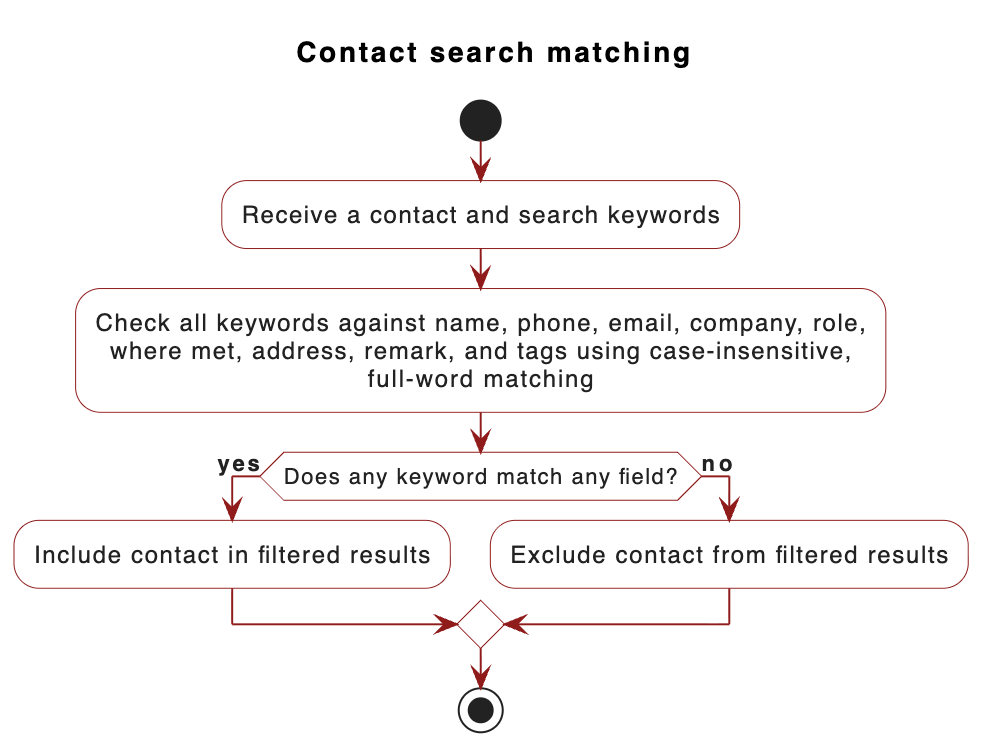
Earlier version of the PlantUML export docs/images/ContactSearchActivityDiagram.png (AY2627S1-CS2103T-T12-3/tp). Its source is kept beside it as docs/diagrams/ContactSearchActivityDiagram.puml.
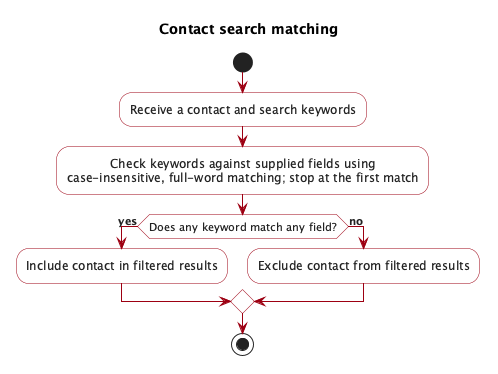
After the commit.

What changed in the source:
```diff
@@ -15,7 +15,7 @@
 
 start
 :Receive a contact and search keywords;
-:Check all keywords against name, phone, email, company, role,\nwhere met, address, remark, and tags using case-insensitive,\nfull-word matching;
+:Check keywords against supplied fields using\ncase-insensitive, full-word matching; stop at the first match;
 if (Does any keyword match any field?) then (yes)
     :Include contact in filtered results;
 else (no)
```
